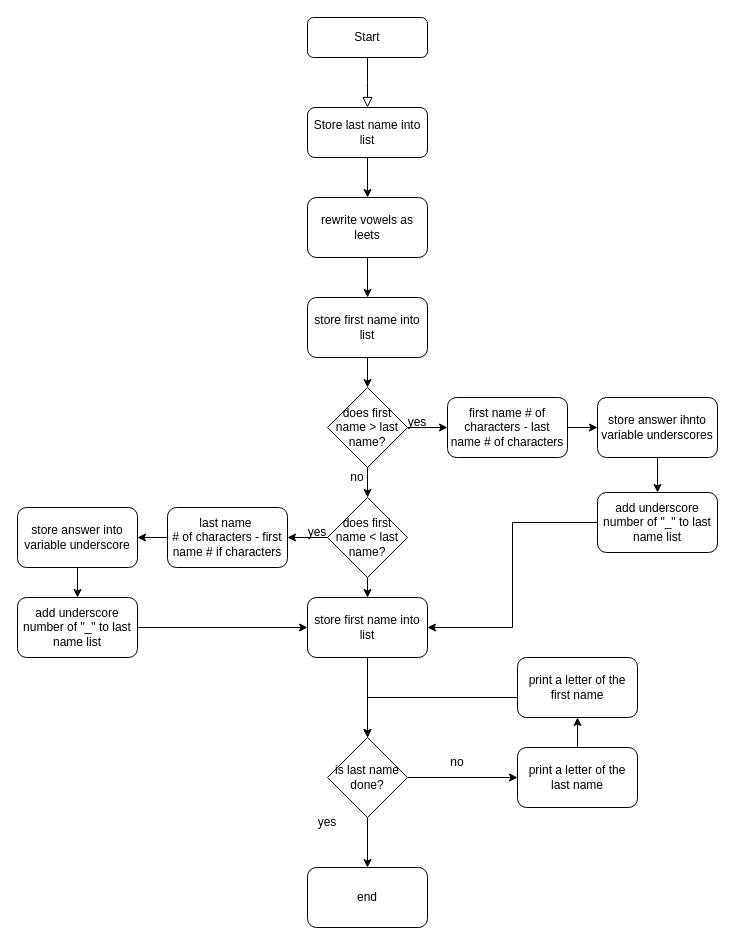
Earlier version of the draw.io diagram milestone3.drawio (MCCHESNEYK/APCSPFlowcharts). Source tidied: cells renumbered, new cells numbered last; positions are measured from the earlier drawing's top-left corner, leaving out a move shared by most shapes. Both pictures are drawn from the tidied source at 100%, with x=0, y=0 at pixel (17, 17).
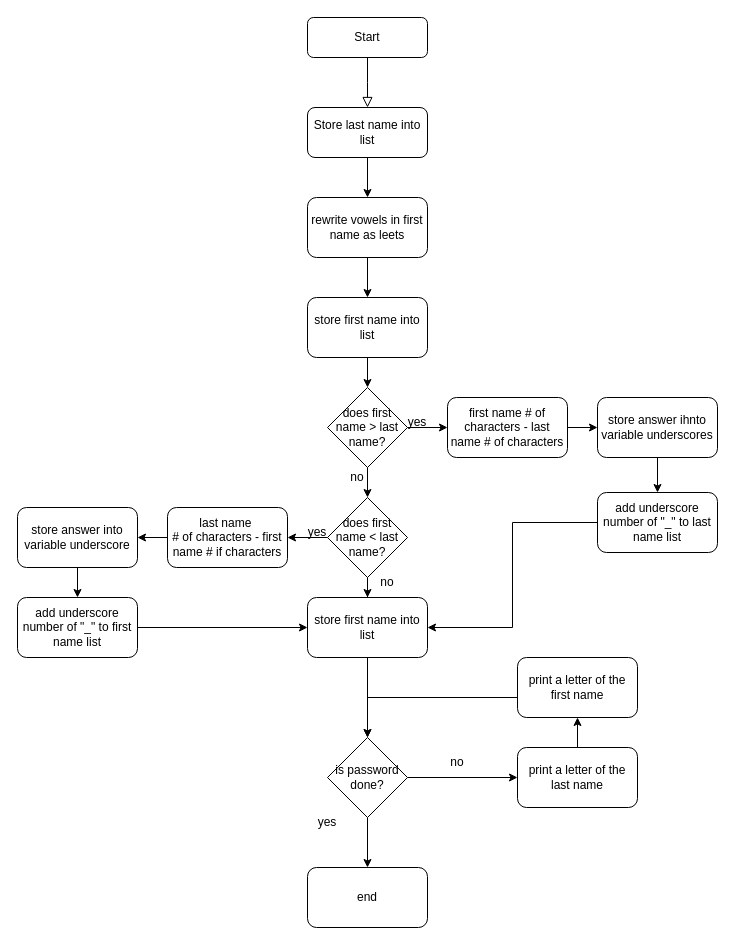
The same page after the edit.

Change to the diagram source:
```diff
@@
-    <mxCell id="7" value="rewrite vowels as leets" style="rounded=1;whiteSpace=wrap;html=1;" parent="1" vertex="1">
+    <mxCell id="7" value="rewrite vowels in first name as leets" style="rounded=1;whiteSpace=wrap;html=1;" parent="1" vertex="1">
       <mxGeometry x="290" y="180" width="120" height="60" as="geometry" />
     </mxCell>
@@
-    <mxCell id="27" value="add underscore number of &quot;_&quot; to last name list" style="rounded=1;whiteSpace=wrap;html=1;" parent="1" vertex="1">
+    <mxCell id="27" value="add underscore number of &quot;_&quot; to first name list" style="rounded=1;whiteSpace=wrap;html=1;" parent="1" vertex="1">
       <mxGeometry y="580" width="120" height="60" as="geometry" />
     </mxCell>
@@
-    <mxCell id="35" value="is last name done?" style="rhombus;whiteSpace=wrap;html=1;" parent="1" vertex="1">
+    <mxCell id="35" value="is password done?" style="rhombus;whiteSpace=wrap;html=1;" parent="1" vertex="1">
       <mxGeometry x="310" y="720" width="80" height="80" as="geometry" />
     </mxCell>
@@
+    <mxCell id="43" value="no" style="text;html=1;strokeColor=none;fillColor=none;align=center;verticalAlign=middle;whiteSpace=wrap;rounded=0;" parent="1" vertex="1">
+      <mxGeometry x="340" y="550" width="60" height="30" as="geometry" />
+    </mxCell>
```
